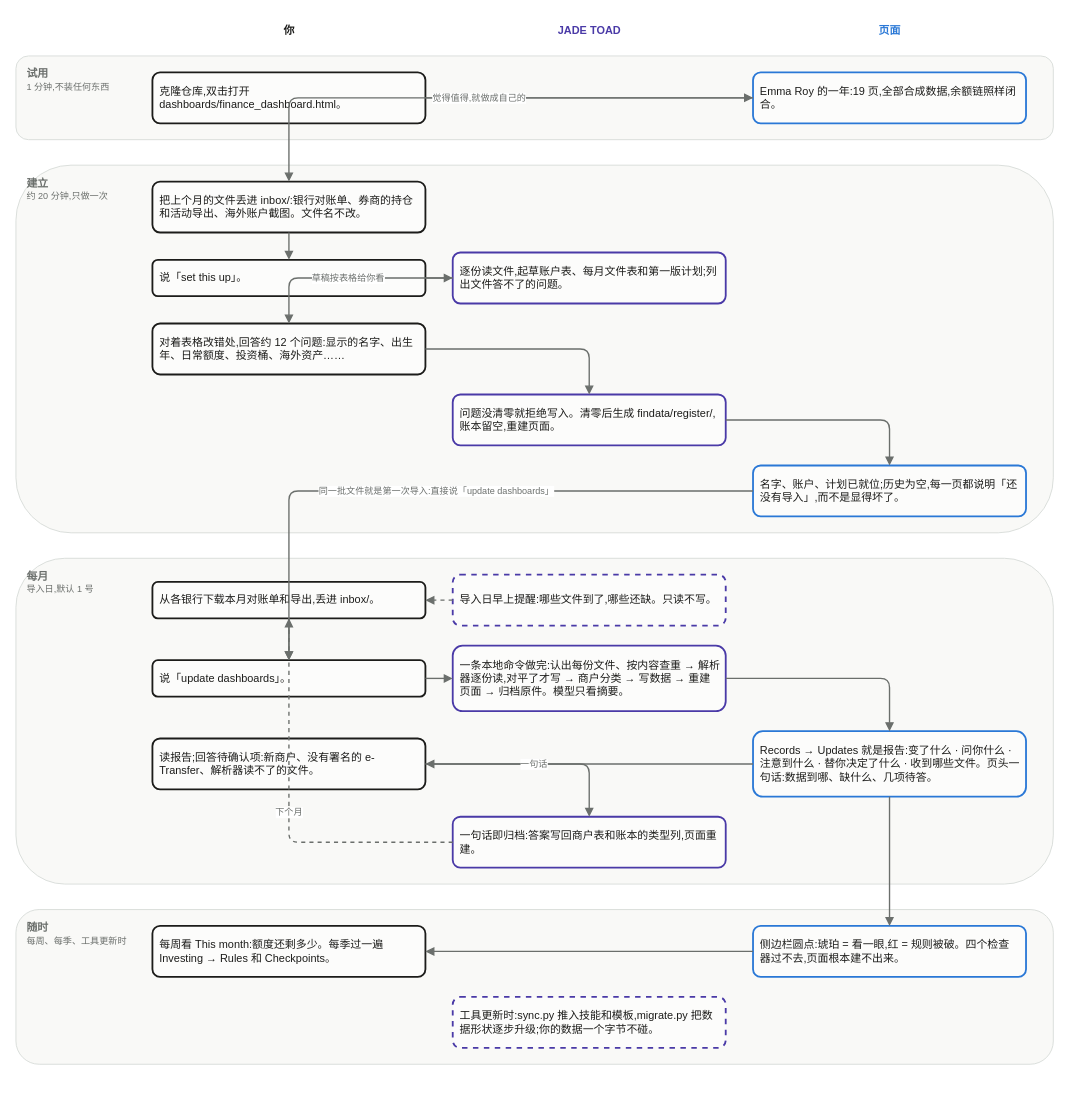
Before: docs/zh/product_flow.drawio in LydiaBlllue/firetoad, a draw.io diagram. Source tidied: cells renumbered, new cells numbered last; positions are measured from the earlier drawing's top-left corner, leaving out a move shared by most shapes. Both pictures are drawn from the tidied source at 91%, with x=0, y=0 at pixel (15, 15).
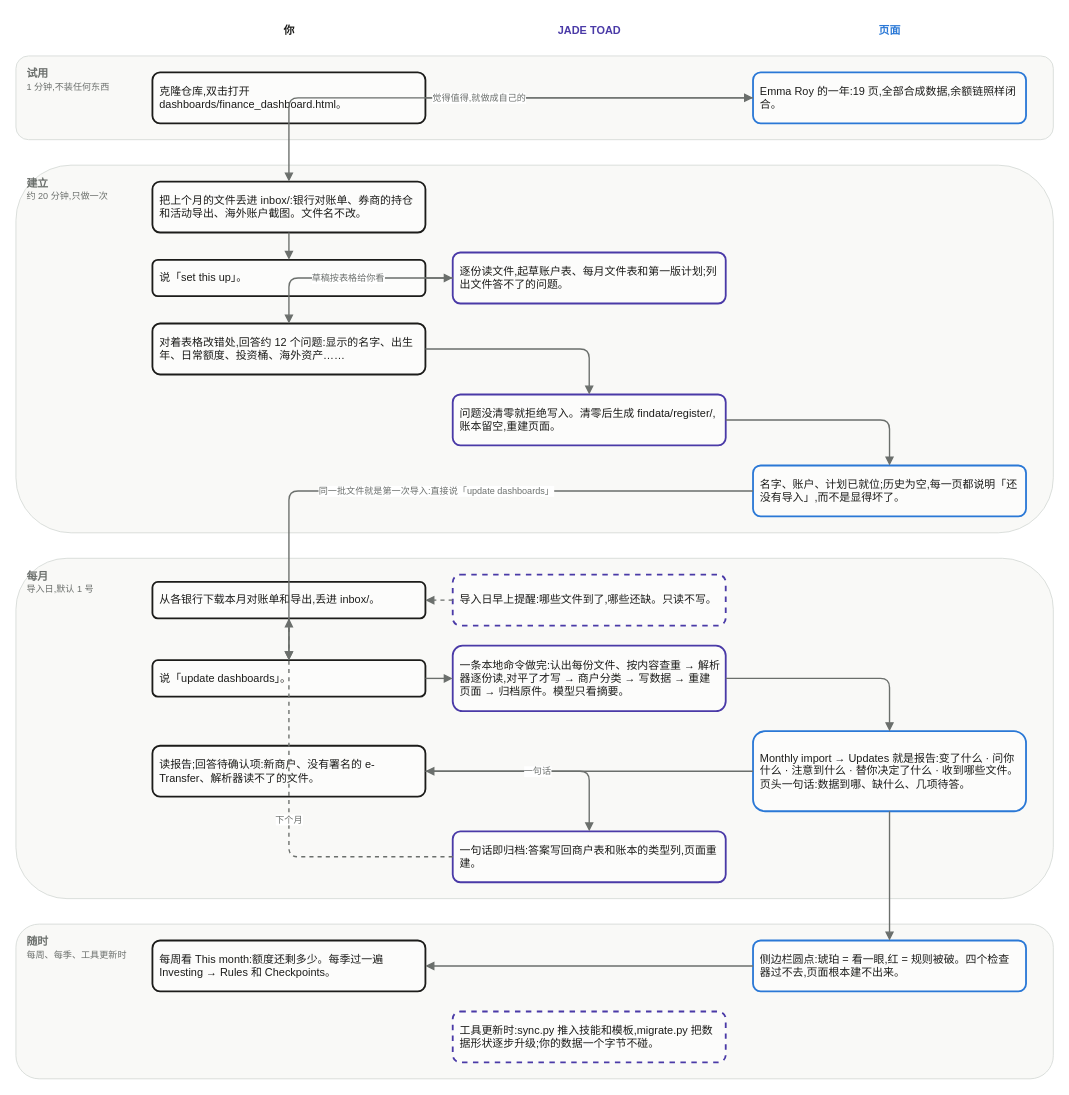
The same page after the edit.

The edit, as a diff of the source:
```diff
@@
     <mxCell id="4" value="&lt;b&gt;每月&lt;/b&gt;&lt;br&gt;&lt;font style='font-size:10px'&gt;导入日,默认 1 号&lt;/font&gt;" style="rounded=1;whiteSpace=wrap;html=1;fillColor=#f9f9f7;strokeColor=#d8dcd9;fontColor=#6b6f6c;align=left;verticalAlign=top;spacingLeft=10;spacingTop=6;fontSize=12;" parent="1" vertex="1">
-      <mxGeometry y="596" width="1140" height="358" as="geometry" />
+      <mxGeometry y="596" width="1140" height="374" as="geometry" />
     </mxCell>
     <mxCell id="5" value="&lt;b&gt;随时&lt;/b&gt;&lt;br&gt;&lt;font style='font-size:10px'&gt;每周、每季、工具更新时&lt;/font&gt;" style="rounded=1;whiteSpace=wrap;html=1;fillColor=#f9f9f7;strokeColor=#d8dcd9;fontColor=#6b6f6c;align=left;verticalAlign=top;spacingLeft=10;spacingTop=6;fontSize=12;" parent="1" vertex="1">
-      <mxGeometry y="982" width="1140" height="170" as="geometry" />
+      <mxGeometry y="998" width="1140" height="170" as="geometry" />
     </mxCell>
@@
-    <mxCell id="21" value="Records → Updates 就是报告:变了什么 · 问你什么 · 注意到什么 · 替你决定了什么 · 收到哪些文件。页头一句话:数据到哪、缺什么、几项待答。" style="rounded=1;whiteSpace=wrap;html=1;fillColor=#fcfcfb;strokeColor=#2a78d6;strokeWidth=2;fontColor=#1c1c1a;fontSize=12;align=left;verticalAlign=middle;spacing=8;" parent="1" vertex="1">
-      <mxGeometry x="810" y="786" width="300" height="72" as="geometry" />
+    <mxCell id="21" value="Monthly import → Updates 就是报告:变了什么 · 问你什么 · 注意到什么 · 替你决定了什么 · 收到哪些文件。页头一句话:数据到哪、缺什么、几项待答。" style="rounded=1;whiteSpace=wrap;html=1;fillColor=#fcfcfb;strokeColor=#2a78d6;strokeWidth=2;fontColor=#1c1c1a;fontSize=12;align=left;verticalAlign=middle;spacing=8;" parent="1" vertex="1">
+      <mxGeometry x="810" y="786" width="300" height="88" as="geometry" />
     </mxCell>
     <mxCell id="22" value="读报告;回答待确认项:新商户、没有署名的 e-Transfer、解析器读不了的文件。" style="rounded=1;whiteSpace=wrap;html=1;fillColor=#fcfcfb;strokeColor=#1c1c1a;strokeWidth=2;fontColor=#1c1c1a;fontSize=12;align=left;verticalAlign=middle;spacing=8;" parent="1" vertex="1">
-      <mxGeometry x="150" y="794" width="300" height="56" as="geometry" />
+      <mxGeometry x="150" y="802" width="300" height="56" as="geometry" />
     </mxCell>
     <mxCell id="23" value="一句话即归档:答案写回商户表和账本的类型列,页面重建。" style="rounded=1;whiteSpace=wrap;html=1;fillColor=#fcfcfb;strokeColor=#4a3aa7;strokeWidth=2;fontColor=#1c1c1a;fontSize=12;align=left;verticalAlign=middle;spacing=8;" parent="1" vertex="1">
-      <mxGeometry x="480" y="880" width="300" height="56" as="geometry" />
+      <mxGeometry x="480" y="896" width="300" height="56" as="geometry" />
     </mxCell>
     <mxCell id="24" value="每周看 This month:额度还剩多少。每季过一遍 Investing → Rules 和 Checkpoints。" style="rounded=1;whiteSpace=wrap;html=1;fillColor=#fcfcfb;strokeColor=#1c1c1a;strokeWidth=2;fontColor=#1c1c1a;fontSize=12;align=left;verticalAlign=middle;spacing=8;" parent="1" vertex="1">
-      <mxGeometry x="150" y="1000" width="300" height="56" as="geometry" />
+      <mxGeometry x="150" y="1016" width="300" height="56" as="geometry" />
     </mxCell>
     <mxCell id="25" value="侧边栏圆点:琥珀 = 看一眼,红 = 规则被破。四个检查器过不去,页面根本建不出来。" style="rounded=1;whiteSpace=wrap;html=1;fillColor=#fcfcfb;strokeColor=#2a78d6;strokeWidth=2;fontColor=#1c1c1a;fontSize=12;align=left;verticalAlign=middle;spacing=8;" parent="1" vertex="1">
-      <mxGeometry x="810" y="1000" width="300" height="56" as="geometry" />
+      <mxGeometry x="810" y="1016" width="300" height="56" as="geometry" />
     </mxCell>
     <mxCell id="26" value="工具更新时:sync.py 推入技能和模板,migrate.py 把数据形状逐步升级;你的数据一个字节不碰。" style="rounded=1;whiteSpace=wrap;html=1;fillColor=#fcfcfb;strokeColor=#4a3aa7;strokeWidth=2;fontColor=#1c1c1a;fontSize=12;align=left;verticalAlign=middle;spacing=8;dashed=1;" parent="1" vertex="1">
-      <mxGeometry x="480" y="1078" width="300" height="56" as="geometry" />
+      <mxGeometry x="480" y="1094" width="300" height="56" as="geometry" />
     </mxCell>
```
